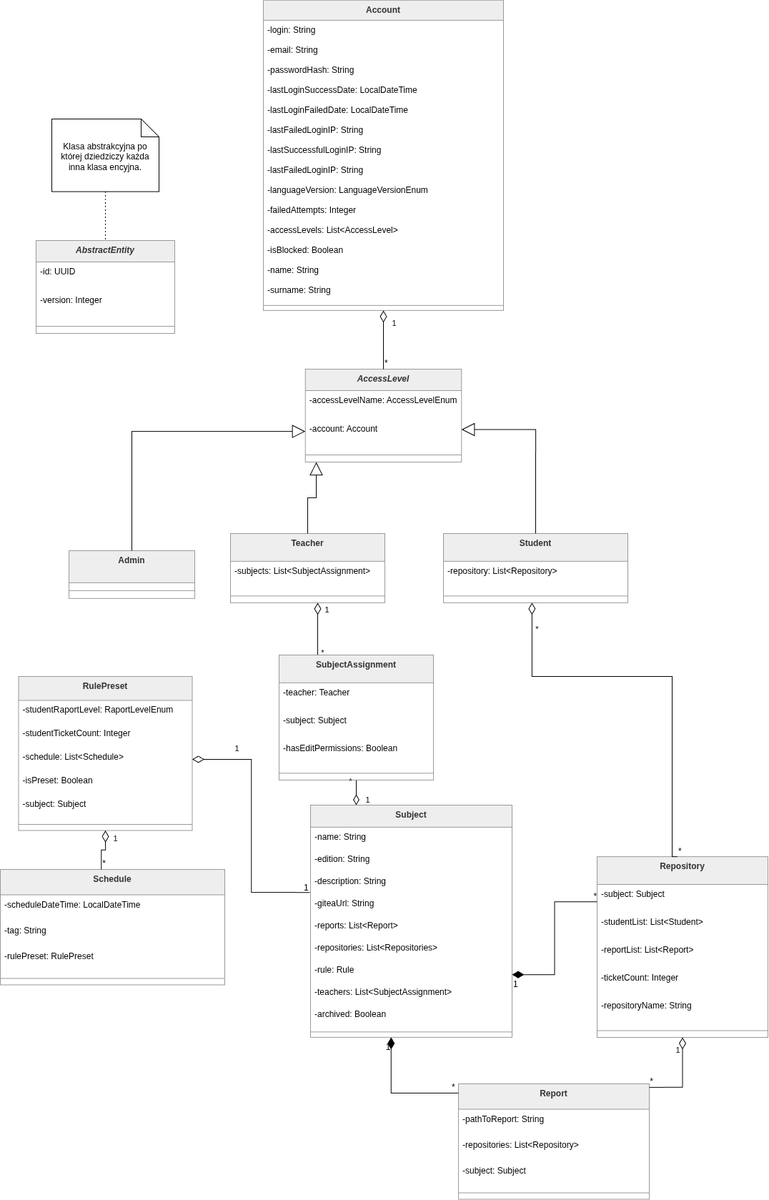
Above: ssbd/1wstepny/img/Domain_UML.png in jkozlowsky/antiplagiarism-system (draw.io), before the change. Source tidied: cells renumbered, new cells last; positions are measured from the earlier drawing's top-left corner, leaving out a move shared by most shapes.
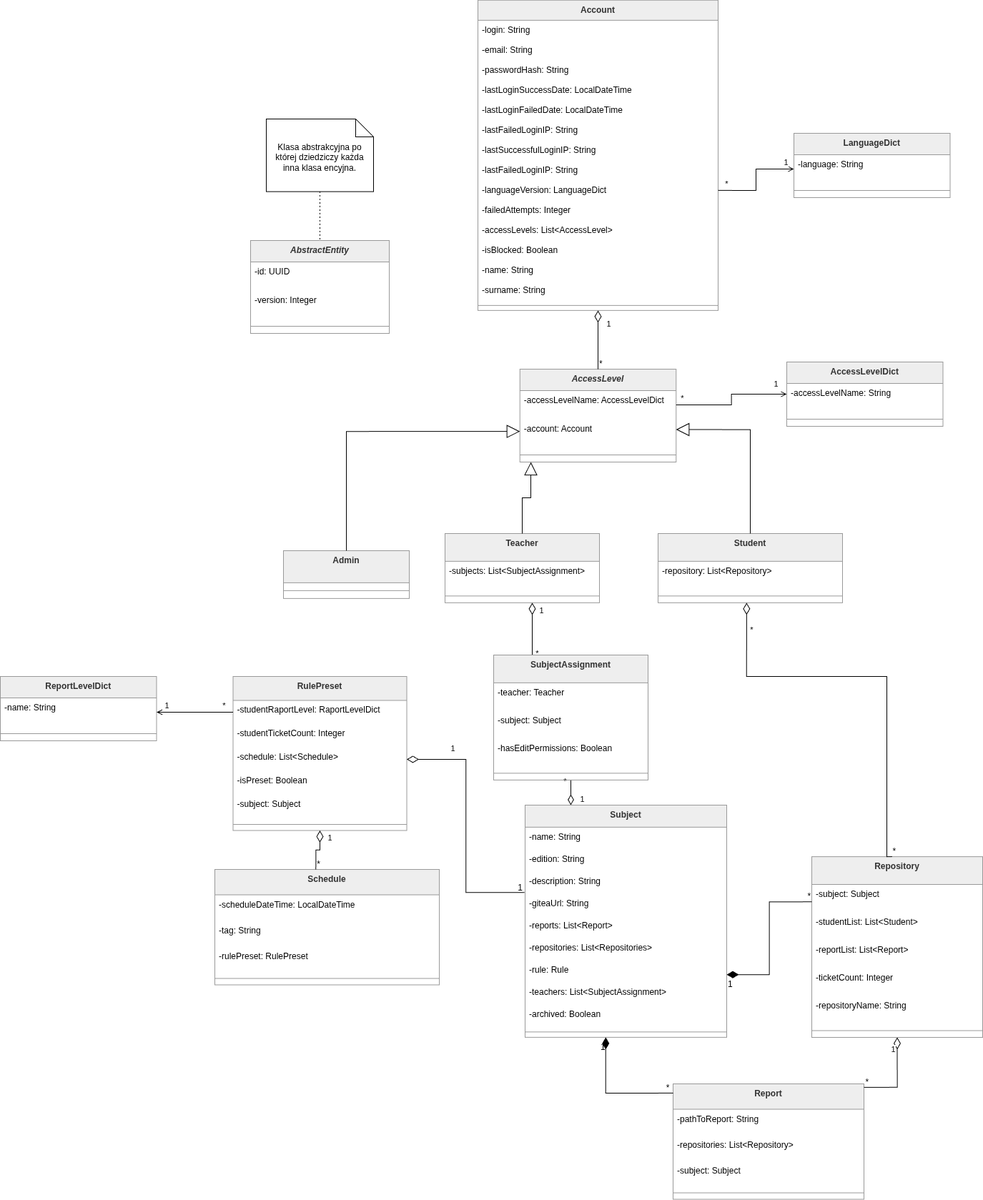
After the change.

Commit message:
SSBD: poprawa diagramu UML modelu dziedzinowego

Change to the diagram source:
```diff
@@ -41,7 +41,7 @@
     <mxCell id="14" value="-lastFailedLoginIP: String" style="text;strokeColor=none;fillColor=none;align=left;verticalAlign=top;spacingLeft=4;spacingRight=4;overflow=hidden;" parent="6" vertex="1">
       <mxGeometry y="224.2" width="336" height="28" as="geometry" />
     </mxCell>
-    <mxCell id="15" value="-languageVersion: LanguageVersionEnum" style="text;strokeColor=none;fillColor=none;align=left;verticalAlign=top;spacingLeft=4;spacingRight=4;overflow=hidden;points=[[0,0.5],[1,0.5]];portConstraint=eastwest;" parent="6" vertex="1">
+    <mxCell id="15" value="-languageVersion: LanguageDict&#10;" style="text;strokeColor=none;fillColor=none;align=left;verticalAlign=top;spacingLeft=4;spacingRight=4;overflow=hidden;points=[[0,0.5],[1,0.5]];portConstraint=eastwest;" parent="6" vertex="1">
       <mxGeometry y="252.2" width="336" height="28" as="geometry" />
     </mxCell>
     <mxCell id="16" value="-failedAttempts: Integer" style="text;strokeColor=none;fillColor=none;align=left;verticalAlign=top;spacingLeft=4;spacingRight=4;overflow=hidden;" parent="6" vertex="1">
@@ -65,7 +65,7 @@
     <mxCell id="22" value="AccessLevel" style="swimlane;fontStyle=3;align=center;verticalAlign=top;horizontal=1;startSize=30;fillColor=light-dark(#eeeeee,#1f2020);strokeColor=light-dark(#999999,#cccccc);fontColor=light-dark(#333333,#cccccc);" parent="1" vertex="1">
       <mxGeometry x="426.8" y="516" width="218.5" height="130" as="geometry" />
     </mxCell>
-    <mxCell id="23" value="-accessLevelName: AccessLevelEnum" style="text;strokeColor=none;fillColor=none;align=left;verticalAlign=top;spacingLeft=4;spacingRight=4;overflow=hidden;points=[[0,0.5],[1,0.5]];portConstraint=eastwest;" parent="22" vertex="1">
+    <mxCell id="23" value="-accessLevelName: AccessLevelDict" style="text;strokeColor=none;fillColor=none;align=left;verticalAlign=top;spacingLeft=4;spacingRight=4;overflow=hidden;points=[[0,0.5],[1,0.5]];portConstraint=eastwest;" parent="22" vertex="1">
       <mxGeometry y="30" width="218.5" height="40" as="geometry" />
     </mxCell>
     <mxCell id="24" value="-account: Account" style="text;strokeColor=none;fillColor=none;align=left;verticalAlign=top;spacingLeft=4;spacingRight=4;overflow=hidden;" parent="22" vertex="1">
@@ -119,7 +119,7 @@
     <mxCell id="37" value="RulePreset" style="swimlane;fontStyle=1;align=center;verticalAlign=top;horizontal=1;startSize=33.45454545454545;fillColor=light-dark(#eeeeee,#1f2020);strokeColor=light-dark(#999999,#cccccc);fontColor=light-dark(#333333,#cccccc);" parent="1" vertex="1">
       <mxGeometry x="25.5" y="946" width="243" height="215.5" as="geometry" />
     </mxCell>
-    <mxCell id="38" value="-studentRaportLevel: RaportLevelEnum" style="text;strokeColor=none;fillColor=none;align=left;verticalAlign=top;spacingLeft=4;spacingRight=4;overflow=hidden;points=[[0,0.5],[1,0.5]];portConstraint=eastwest;" parent="37" vertex="1">
+    <mxCell id="38" value="-studentRaportLevel: RaportLevelDict" style="text;strokeColor=none;fillColor=none;align=left;verticalAlign=top;spacingLeft=4;spacingRight=4;overflow=hidden;points=[[0,0.5],[1,0.5]];portConstraint=eastwest;" parent="37" vertex="1">
       <mxGeometry y="33.5" width="243" height="33" as="geometry" />
     </mxCell>
     <mxCell id="39" value="-studentTicketCount: Integer" style="text;strokeColor=none;fillColor=none;align=left;verticalAlign=top;spacingLeft=4;spacingRight=4;overflow=hidden;" parent="37" vertex="1">
@@ -351,5 +351,71 @@
     <mxCell id="105" style="line;strokeWidth=1;fillColor=none;align=left;verticalAlign=middle;spacingTop=-1;spacingLeft=3;spacingRight=3;labelPosition=right;strokeColor=inherit;" parent="101" vertex="1">
       <mxGeometry y="155.9" width="216" height="19" as="geometry" />
     </mxCell>
+    <mxCell id="106" value="LanguageDict" style="swimlane;fontStyle=1;align=center;verticalAlign=top;horizontal=1;startSize=30;fillColor=light-dark(#eeeeee,#1f2020);strokeColor=light-dark(#999999,#cccccc);fontColor=light-dark(#333333,#cccccc);" parent="1" vertex="1">
+      <mxGeometry x="810" y="186" width="218.5" height="90" as="geometry" />
+    </mxCell>
+    <mxCell id="107" value="-language: String" style="text;strokeColor=none;fillColor=none;align=left;verticalAlign=top;spacingLeft=4;spacingRight=4;overflow=hidden;points=[[0,0.5],[1,0.5]];portConstraint=eastwest;" parent="106" vertex="1">
+      <mxGeometry y="30" width="218.5" height="40" as="geometry" />
+    </mxCell>
+    <mxCell id="108" style="line;strokeWidth=1;fillColor=none;align=left;verticalAlign=middle;spacingTop=-1;spacingLeft=3;spacingRight=3;labelPosition=right;strokeColor=inherit;" parent="106" vertex="1">
+      <mxGeometry y="70" width="218.5" height="20" as="geometry" />
+    </mxCell>
+    <mxCell id="109" style="edgeStyle=orthogonalEdgeStyle;rounded=0;jettySize=auto;html=1;entryX=1;entryY=0.5;entryDx=0;entryDy=0;endArrow=none;endFill=0;startArrow=open;startFill=0;" parent="1" edge="1" source="107" target="15">
+      <mxGeometry relative="1" as="geometry" />
+    </mxCell>
+    <mxCell id="110" value="*" style="edgeLabel;html=1;align=center;verticalAlign=middle;" parent="109" vertex="1">
+      <mxGeometry x="0.87" y="-3" relative="1" as="geometry">
+        <mxPoint x="3" y="-7" as="offset" />
+      </mxGeometry>
+    </mxCell>
+    <mxCell id="111" value="1" style="edgeLabel;html=1;align=center;verticalAlign=middle;" parent="109" vertex="1">
+      <mxGeometry x="-0.82" relative="1" as="geometry">
+        <mxPoint y="-10" as="offset" />
+      </mxGeometry>
+    </mxCell>
+    <mxCell id="112" value="AccessLevelDict" style="swimlane;fontStyle=1;align=center;verticalAlign=top;horizontal=1;startSize=30;fillColor=light-dark(#eeeeee,#1f2020);strokeColor=light-dark(#999999,#cccccc);fontColor=light-dark(#333333,#cccccc);" parent="1" vertex="1">
+      <mxGeometry x="800" y="506" width="218.5" height="90" as="geometry" />
+    </mxCell>
+    <mxCell id="113" value="-accessLevelName: String" style="text;strokeColor=none;fillColor=none;align=left;verticalAlign=top;spacingLeft=4;spacingRight=4;overflow=hidden;" parent="112" vertex="1">
+      <mxGeometry y="30" width="218.5" height="40" as="geometry" />
+    </mxCell>
+    <mxCell id="114" style="line;strokeWidth=1;fillColor=none;align=left;verticalAlign=middle;spacingTop=-1;spacingLeft=3;spacingRight=3;labelPosition=right;strokeColor=inherit;" parent="112" vertex="1">
+      <mxGeometry y="70" width="218.5" height="20" as="geometry" />
+    </mxCell>
+    <mxCell id="115" style="edgeStyle=orthogonalEdgeStyle;rounded=0;jettySize=auto;html=1;entryX=0;entryY=0.5;entryDx=0;entryDy=0;endArrow=open;endFill=0;" parent="1" edge="1" source="23" target="112">
+      <mxGeometry relative="1" as="geometry" />
+    </mxCell>
+    <mxCell id="116" value="1" style="edgeLabel;html=1;align=center;verticalAlign=middle;" parent="115" vertex="1">
+      <mxGeometry x="0.82" y="3" relative="1" as="geometry">
+        <mxPoint y="-12" as="offset" />
+      </mxGeometry>
+    </mxCell>
+    <mxCell id="117" value="*" style="edgeLabel;html=1;align=center;verticalAlign=middle;" parent="115" vertex="1">
+      <mxGeometry x="-0.9" y="-3" relative="1" as="geometry">
+        <mxPoint y="-13" as="offset" />
+      </mxGeometry>
+    </mxCell>
+    <mxCell id="118" value="ReportLevelDict" style="swimlane;fontStyle=1;align=center;verticalAlign=top;horizontal=1;startSize=30;fillColor=light-dark(#eeeeee,#1f2020);strokeColor=light-dark(#999999,#cccccc);fontColor=light-dark(#333333,#cccccc);" parent="1" vertex="1">
+      <mxGeometry x="-300" y="946" width="218.5" height="90" as="geometry" />
+    </mxCell>
+    <mxCell id="119" value="-name: String" style="text;strokeColor=none;fillColor=none;align=left;verticalAlign=top;spacingLeft=4;spacingRight=4;overflow=hidden;points=[[0,0.5],[1,0.5]];portConstraint=eastwest;" parent="118" vertex="1">
+      <mxGeometry y="30" width="218.5" height="40" as="geometry" />
+    </mxCell>
+    <mxCell id="120" style="line;strokeWidth=1;fillColor=none;align=left;verticalAlign=middle;spacingTop=-1;spacingLeft=3;spacingRight=3;labelPosition=right;strokeColor=inherit;" parent="118" vertex="1">
+      <mxGeometry y="70" width="218.5" height="20" as="geometry" />
+    </mxCell>
+    <mxCell id="121" style="edgeStyle=orthogonalEdgeStyle;rounded=0;jettySize=auto;html=1;entryX=1;entryY=0.5;entryDx=0;entryDy=0;endArrow=open;endFill=0;" parent="1" edge="1" source="38" target="119">
+      <mxGeometry relative="1" as="geometry" />
+    </mxCell>
+    <mxCell id="122" value="1" style="edgeLabel;html=1;align=center;verticalAlign=middle;" parent="121" vertex="1">
+      <mxGeometry x="0.76" y="-2" relative="1" as="geometry">
+        <mxPoint y="-8" as="offset" />
+      </mxGeometry>
+    </mxCell>
+    <mxCell id="123" value="*" style="edgeLabel;html=1;align=center;verticalAlign=middle;" parent="121" vertex="1">
+      <mxGeometry x="-0.75" relative="1" as="geometry">
+        <mxPoint y="-10" as="offset" />
+      </mxGeometry>
+    </mxCell>
   </root>
 </mxGraphModel>
```
